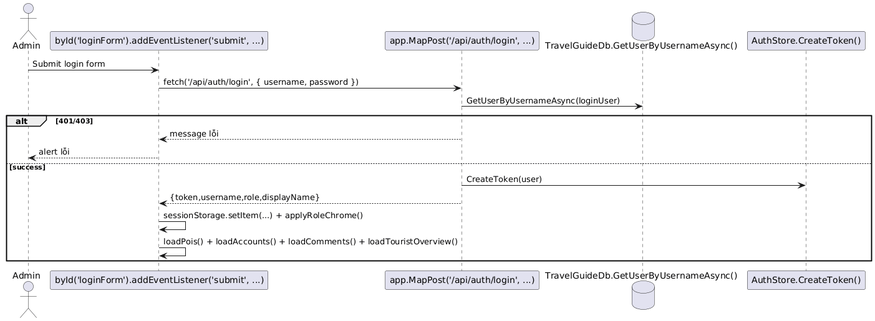
Above: Diagrams/SE Admin DangNhap.png in hoangtri22/TravelGuide (PlantUML), before the change. Its diagram source:
```plantuml
@startuml
actor Admin as A
participant "byId('loginForm').addEventListener('submit', ...)" as FE
participant "app.MapPost('/api/auth/login', ...)" as API
database "TravelGuideDb.GetUserByUsernameAsync()" as DB
participant "AuthStore.CreateToken()" as AUTH
A -> FE : Submit login form
FE -> API : fetch('/api/auth/login', { username, password })
API -> DB : GetUserByUsernameAsync(loginUser)
alt 401/403
  API --> FE : message lỗi
  FE --> A : alert lỗi
else success
  API -> AUTH : CreateToken(user)
  API --> FE : {token,username,role,displayName}
  FE -> FE : sessionStorage.setItem(...) + applyRoleChrome()
  FE -> FE : loadPois() + loadAccounts() + loadComments() + loadTouristOverview()
end
@enduml
```
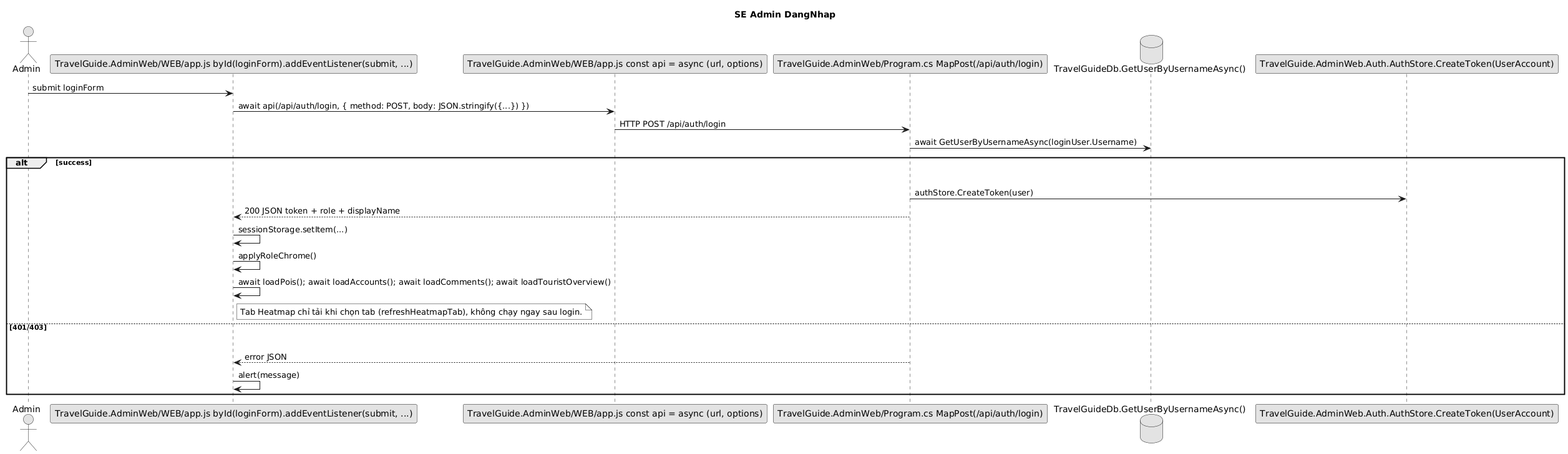
Later version of the same file.

Change to the diagram source:
```diff
@@ -1,19 +1,32 @@
 @startuml
+title SE Admin DangNhap
+skinparam shadowing false
+skinparam monochrome true
 actor Admin as A
-participant "byId('loginForm').addEventListener('submit', ...)" as FE
-participant "app.MapPost('/api/auth/login', ...)" as API
+participant "TravelGuide.AdminWeb/WEB/app.js byId(loginForm).addEventListener(submit, ...)" as FE
+participant "TravelGuide.AdminWeb/WEB/app.js const api = async (url, options)" as APIJS
+participant "TravelGuide.AdminWeb/Program.cs MapPost(/api/auth/login)" as API
 database "TravelGuideDb.GetUserByUsernameAsync()" as DB
-participant "AuthStore.CreateToken()" as AUTH
-A -> FE : Submit login form
-FE -> API : fetch('/api/auth/login', { username, password })
-API -> DB : GetUserByUsernameAsync(loginUser)
-alt 401/403
-  API --> FE : message lỗi
-  FE --> A : alert lỗi
-else success
-  API -> AUTH : CreateToken(user)
-  API --> FE : {token,username,role,displayName}
-  FE -> FE : sessionStorage.setItem(...) + applyRoleChrome()
-  FE -> FE : loadPois() + loadAccounts() + loadComments() + loadTouristOverview()
+participant "TravelGuide.AdminWeb.Auth.AuthStore.CreateToken(UserAccount)" as AUTH
+A -> FE : submit loginForm
+FE -> APIJS : await api(/api/auth/login, { method: POST, body: JSON.stringify({...}) })
+APIJS -> API : HTTP POST /api/auth/login
+API -> DB : await GetUserByUsernameAsync(loginUser.Username)
+alt success
+  A -[hidden]-> FE
+  API -[hidden]-> AUTH
+  API -> AUTH : authStore.CreateToken(user)
+  API --> FE : 200 JSON token + role + displayName
+  FE -> FE : sessionStorage.setItem(...)
+  FE -> FE : applyRoleChrome()
+  FE -> FE : await loadPois(); await loadAccounts(); await loadComments(); await loadTouristOverview()
+  note right of FE
+    Tab Heatmap chỉ tải khi chọn tab (refreshHeatmapTab), không chạy ngay sau login.
+  end note
+else 401/403
+  A -[hidden]-> FE
+  API -[hidden]-> AUTH
+  API --> FE : error JSON
+  FE -> FE : alert(message)
 end
 @enduml
```
